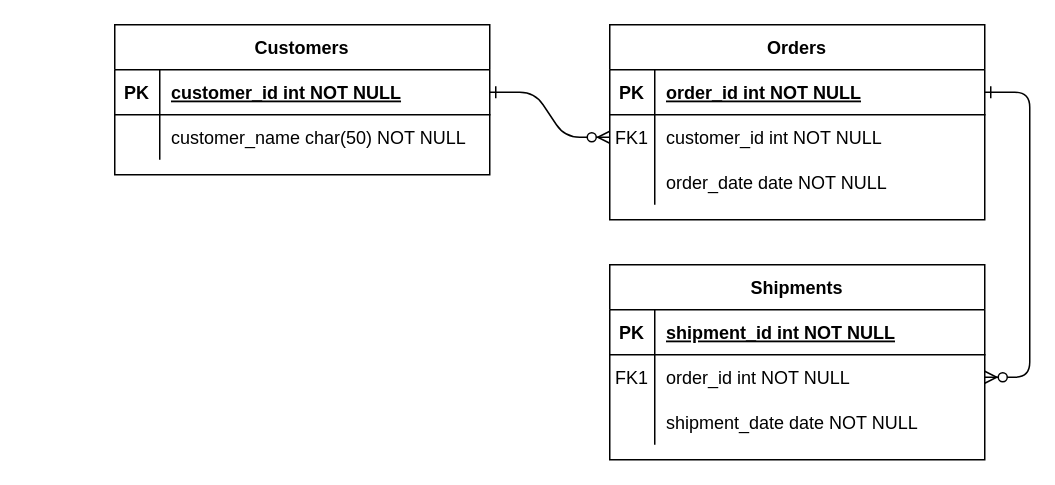
Earlier version of the draw.io diagram Untitled Diagram.drawio (crackplatoonbd/Drawio). Source tidied: cells renumbered, new cells numbered last; positions are measured from the earlier drawing's top-left corner, leaving out a move shared by most shapes. Both pictures are drawn from the tidied source at 150%, with x=0, y=0 at pixel (114, 24).
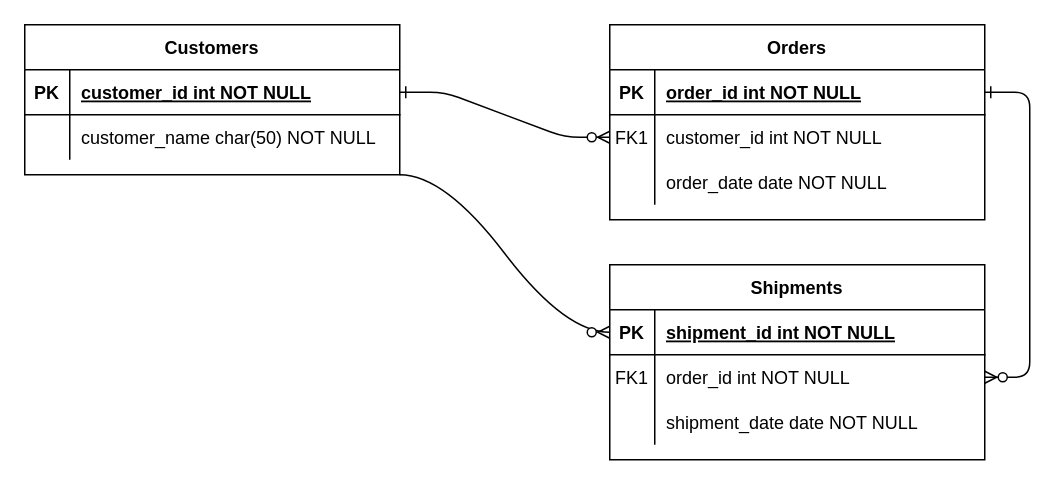
After the change.

The change refers to these unchanged cells:
```xml
<mxCell id="15" style="shape=partialRectangle;fillColor=none;points=[[0,0.5],[1,0.5]];portConstraint=eastwest;top=0;left=0;right=0;bottom=1;" parent="14" vertex="1">
  <mxGeometry y="30" width="250" height="30" as="geometry" />
</mxCell>
```

What changed in the source:
```diff
@@
     <mxCell id="24" value="Customers" style="shape=table;startSize=30;childLayout=tableLayout;rowLines=0;fontStyle=1;align=center;" parent="1" vertex="1">
-      <mxGeometry width="250" height="100" as="geometry" />
+      <mxGeometry x="-60" width="250" height="100" as="geometry" />
     </mxCell>
@@
+    <mxCell id="31" style="edgeStyle=entityRelationEdgeStyle;fontSize=12;html=1;endArrow=ERzeroToMany;endFill=1;entryX=0;entryY=0.5;entryDx=0;entryDy=0;exitX=1;exitY=1;exitDx=0;exitDy=0;strokeColor=default;curved=1;" parent="1" edge="1" source="24" target="15">
+      <mxGeometry relative="1" as="geometry" />
+    </mxCell>
```
